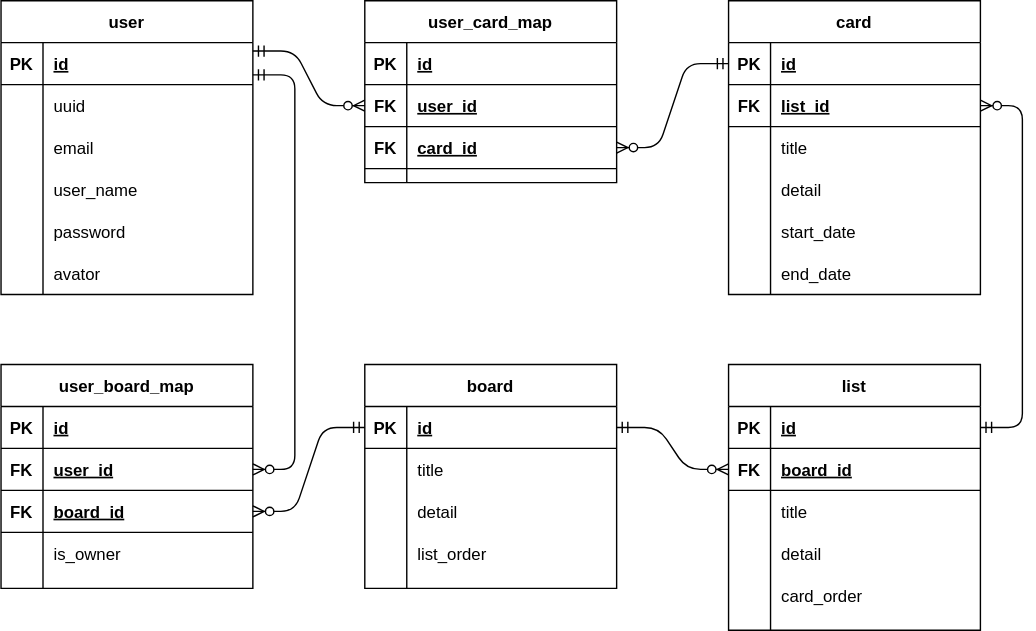
Before: design/schema/schema.drawio.svg, a diagram exported from draw.io (nihiyama/todo-app-demo). Source tidied: cells renumbered, new cells last; positions are measured from the earlier drawing's top-left corner, leaving out a move shared by most shapes.
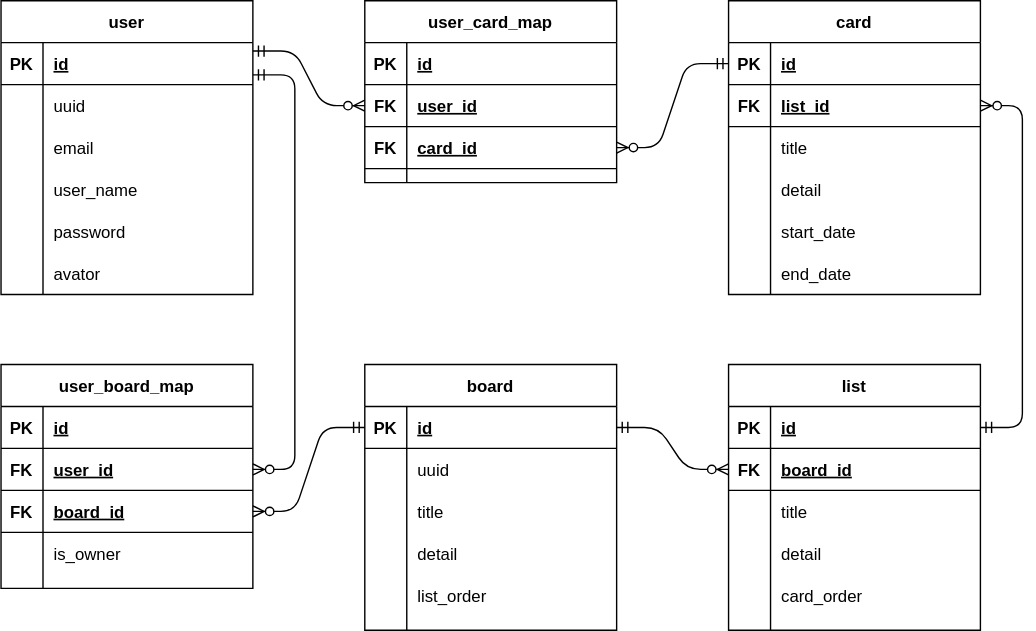
The same diagram one commit later.

Commit message:
fix board table

What changed in the source:
```diff
@@ -60,7 +60,7 @@
       <mxGeometry x="30" width="150" height="30" as="geometry" />
     </mxCell>
     <mxCell id="21" value="board" style="shape=table;startSize=30;rowLines=0;fontStyle=1;align=center;" parent="1" vertex="1">
-      <mxGeometry x="260" y="260" width="180" height="160" as="geometry" />
+      <mxGeometry x="260" y="260" width="180" height="190" as="geometry" />
     </mxCell>
     <mxCell id="22" style="shape=partialRectangle;fillColor=none;top=0;left=0;bottom=1;right=0;points=[[0,0.5],[1,0.5]];portConstraint=eastwest;" parent="21" vertex="1">
       <mxGeometry y="30" width="180" height="30" as="geometry" />
@@ -77,11 +77,20 @@
     <mxCell id="26" style="shape=partialRectangle;fillColor=none;top=0;left=0;bottom=0;right=0;overflow=hidden;" parent="25" vertex="1">
       <mxGeometry width="30" height="30" as="geometry" />
     </mxCell>
-    <mxCell id="27" value="title" style="shape=partialRectangle;fillColor=none;top=0;left=0;bottom=0;right=0;align=left;spacingLeft=6;overflow=hidden;" parent="25" vertex="1">
+    <mxCell id="27" value="uuid" style="shape=partialRectangle;fillColor=none;top=0;left=0;bottom=0;right=0;align=left;spacingLeft=6;overflow=hidden;" parent="25" vertex="1">
       <mxGeometry x="30" width="150" height="30" as="geometry" />
     </mxCell>
+    <mxCell id="98" style="shape=partialRectangle;fillColor=none;top=0;left=0;bottom=0;right=0;" parent="21" vertex="1">
+      <mxGeometry y="90" width="180" height="30" as="geometry" />
+    </mxCell>
+    <mxCell id="99" style="shape=partialRectangle;fillColor=none;top=0;left=0;bottom=0;right=0;overflow=hidden;" parent="98" vertex="1">
+      <mxGeometry width="30" height="30" as="geometry" />
+    </mxCell>
+    <mxCell id="100" value="title" style="shape=partialRectangle;fillColor=none;top=0;left=0;bottom=0;right=0;align=left;spacingLeft=6;overflow=hidden;" parent="98" vertex="1">
+      <mxGeometry x="30" width="150" height="30" as="geometry" />
+    </mxCell>
     <mxCell id="28" style="shape=partialRectangle;fillColor=none;top=0;left=0;bottom=0;right=0;" parent="21" vertex="1">
-      <mxGeometry y="90" width="180" height="30" as="geometry" />
+      <mxGeometry y="120" width="180" height="30" as="geometry" />
     </mxCell>
     <mxCell id="29" style="shape=partialRectangle;fillColor=none;top=0;left=0;bottom=0;right=0;overflow=hidden;" parent="28" vertex="1">
       <mxGeometry width="30" height="30" as="geometry" />
@@ -90,7 +99,7 @@
       <mxGeometry x="30" width="150" height="30" as="geometry" />
     </mxCell>
     <mxCell id="31" style="shape=partialRectangle;fillColor=none;top=0;left=0;bottom=0;right=0;" parent="21" vertex="1">
-      <mxGeometry y="120" width="180" height="30" as="geometry" />
+      <mxGeometry y="150" width="180" height="30" as="geometry" />
     </mxCell>
     <mxCell id="32" style="shape=partialRectangle;fillColor=none;top=0;left=0;bottom=0;right=0;overflow=hidden;" parent="31" vertex="1">
       <mxGeometry width="30" height="30" as="geometry" />
```
